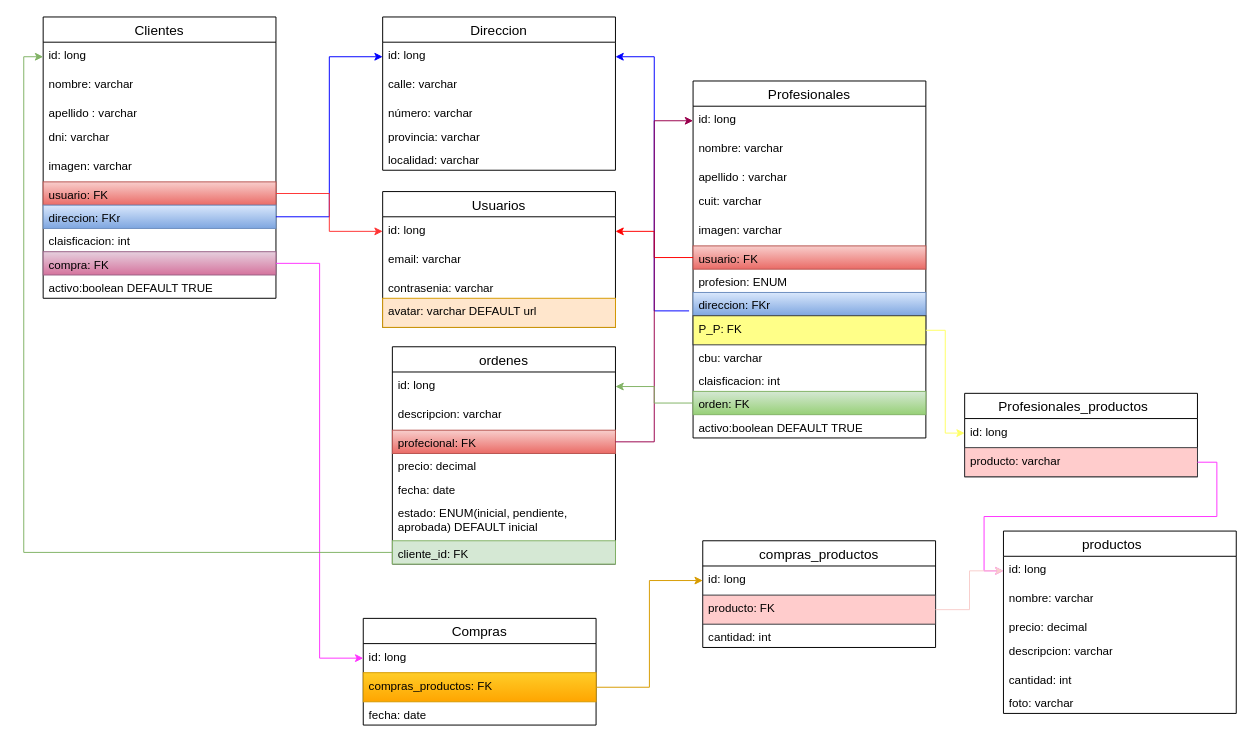
Above: BackEnd/BBDD.drawio in nicolemos/Talentium (draw.io), before the change. Source tidied: cells renumbered, new cells numbered last; positions are measured from the earlier drawing's top-left corner, leaving out a move shared by most shapes. Both pictures are drawn from the tidied source at 97%, with x=0, y=0 at pixel (43, 16).
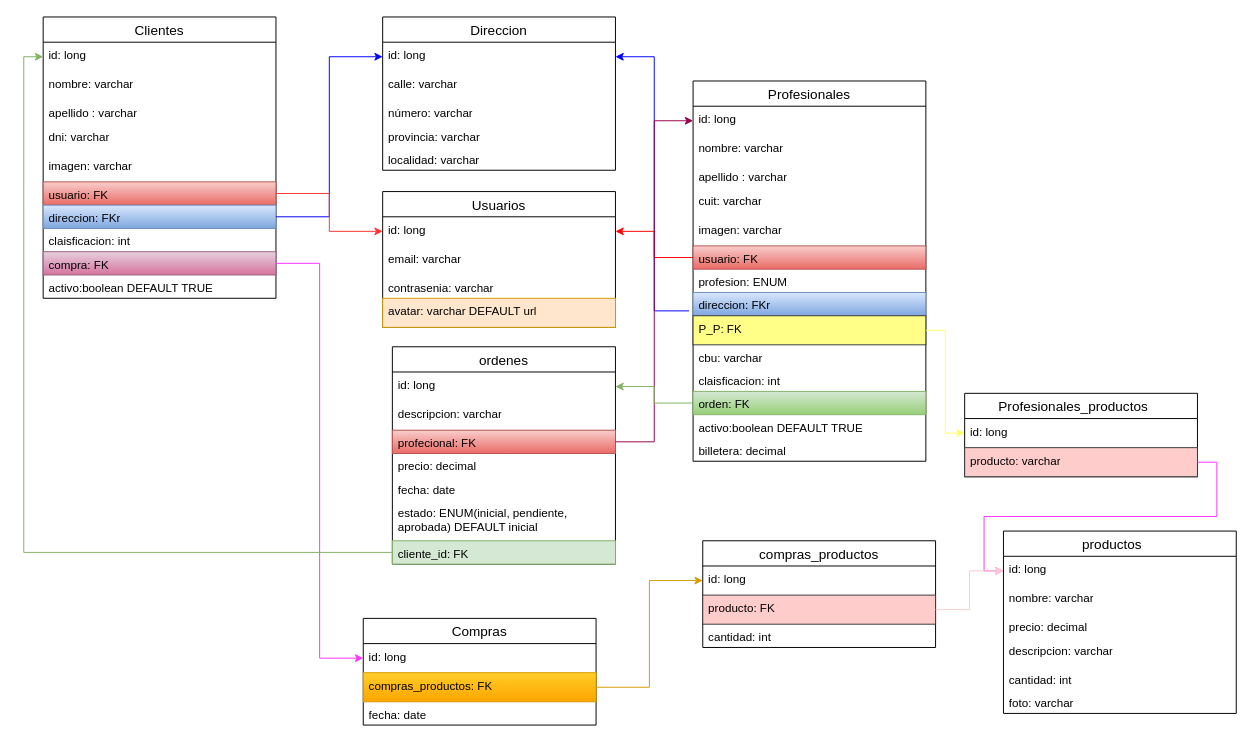
The same page after the edit.

Commit message (it also covers changes not shown here):
se crea el diagrama de flujo para el funcionamiento de los pedidos y se modifica la base de datos para agregar al billetera en los profecionales asi pueden recivir el pago

Diff of the diagram source:
```diff
@@
     <mxCell id="26" value="Profesionales" style="swimlane;fontStyle=0;horizontal=1;startSize=26;align=center;fontSize=14;" parent="1" vertex="1">
-      <mxGeometry x="670" y="66" width="240" height="368" as="geometry" />
+      <mxGeometry x="670" y="66" width="240" height="392" as="geometry" />
     </mxCell>
@@
+    <mxCell id="76" value="billetera: decimal" style="text;spacingLeft=4;spacingRight=4;overflow=hidden;fontSize=12;whiteSpace=wrap;html=1;" parent="26" vertex="1">
+      <mxGeometry y="368" width="240" height="24" as="geometry" />
+    </mxCell>
```
